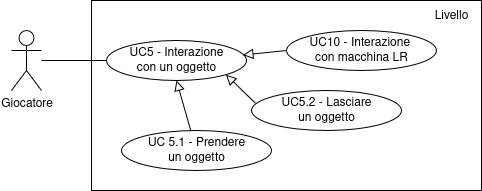
fliposab/ProgettoStage keeps this draw.io diagram as Documentazione/source/imgs/uc-interazione.png. Above is the earlier version. Source tidied: cells renumbered, new cells last; positions are measured from the earlier drawing's top-left corner, leaving out a move shared by most shapes.
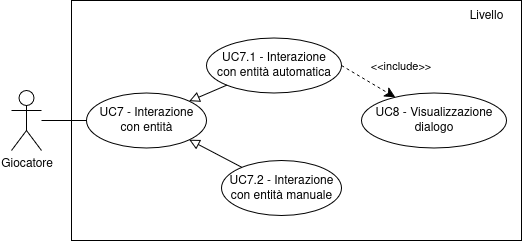
The same diagram one commit later.

The edit, as a diff of the source:
```diff
@@ -3,37 +3,42 @@
     <mxCell id="0" />
     <mxCell id="1" parent="0" />
     <mxCell id="2" style="rounded=0;whiteSpace=wrap;html=1;gradientColor=none;" parent="1" vertex="1">
-      <mxGeometry x="80" width="390" height="190" as="geometry" />
+      <mxGeometry x="620" y="-340" width="450" height="240" as="geometry" />
     </mxCell>
     <mxCell id="3" style="rounded=0;jettySize=auto;html=1;entryX=0;entryY=0.5;entryDx=0;entryDy=0;endArrow=none;startFill=0;" parent="1" edge="1" source="4" target="5">
       <mxGeometry relative="1" as="geometry" />
     </mxCell>
     <mxCell id="4" value="Giocatore" style="shape=umlActor;verticalLabelPosition=bottom;verticalAlign=top;html=1;outlineConnect=0;" parent="1" vertex="1">
-      <mxGeometry y="30" width="30" height="60" as="geometry" />
+      <mxGeometry x="560" y="-250" width="30" height="60" as="geometry" />
     </mxCell>
-    <mxCell id="5" value="&lt;div&gt;UC5 - Interazione&lt;/div&gt;&lt;div&gt;con un oggetto&lt;/div&gt;" style="ellipse;whiteSpace=wrap;html=1;" parent="1" vertex="1">
-      <mxGeometry x="95" y="40" width="140" height="40" as="geometry" />
+    <mxCell id="5" value="&lt;div&gt;UC7 - Interazione&lt;/div&gt;&lt;div&gt;con entità&lt;/div&gt;" style="ellipse;whiteSpace=wrap;html=1;" parent="1" vertex="1">
+      <mxGeometry x="635" y="-247.5" width="120" height="55" as="geometry" />
     </mxCell>
     <mxCell id="6" value="Livello" style="text;html=1;align=center;verticalAlign=middle;whiteSpace=wrap;rounded=0;" parent="1" vertex="1">
-      <mxGeometry x="410" width="60" height="30" as="geometry" />
+      <mxGeometry x="1005" y="-340" width="60" height="30" as="geometry" />
     </mxCell>
-    <mxCell id="7" style="edgeStyle=none;curved=1;rounded=0;jettySize=auto;html=1;entryX=0.5;entryY=1;entryDx=0;entryDy=0;fontSize=12;startSize=8;endSize=8;endArrow=block;endFill=0;" parent="1" edge="1" source="8" target="5">
+    <mxCell id="7" style="rounded=0;jettySize=auto;html=1;entryX=1;entryY=1;entryDx=0;entryDy=0;endArrow=block;endFill=0;endSize=8;" parent="1" edge="1" source="8" target="5">
       <mxGeometry relative="1" as="geometry" />
     </mxCell>
-    <mxCell id="8" value="&lt;div&gt;UC 5.1 - Prendere&lt;/div&gt;&lt;div&gt;un oggetto&lt;/div&gt;" style="ellipse;whiteSpace=wrap;html=1;" parent="1" vertex="1">
-      <mxGeometry x="110" y="130" width="150" height="40" as="geometry" />
+    <mxCell id="8" value="&lt;div&gt;UC7.2 - Interazione&lt;/div&gt;&lt;div&gt;con entità manuale&lt;/div&gt;" style="ellipse;whiteSpace=wrap;html=1;" parent="1" vertex="1">
+      <mxGeometry x="770" y="-180" width="120" height="55" as="geometry" />
     </mxCell>
-    <mxCell id="9" style="rounded=0;jettySize=auto;html=1;entryX=1;entryY=1;entryDx=0;entryDy=0;endArrow=block;endFill=0;endSize=8;exitX=0.027;exitY=0.321;exitDx=0;exitDy=0;exitPerimeter=0;" parent="1" edge="1" source="10" target="5">
-      <mxGeometry relative="1" as="geometry" />
+    <mxCell id="9" value="&lt;div&gt;UC7.1 - Interazione&lt;/div&gt;&lt;div&gt;con entità automatica&lt;/div&gt;" style="ellipse;whiteSpace=wrap;html=1;" parent="1" vertex="1">
+      <mxGeometry x="755" y="-302.5" width="135" height="55" as="geometry" />
     </mxCell>
-    <mxCell id="10" value="&lt;div&gt;UC5.2 - Lasciare&lt;/div&gt;&lt;div&gt;un oggetto&lt;/div&gt;" style="ellipse;whiteSpace=wrap;html=1;" parent="1" vertex="1">
-      <mxGeometry x="240" y="90" width="150" height="40" as="geometry" />
+    <mxCell id="10" style="rounded=0;jettySize=auto;html=1;entryX=1;entryY=0;entryDx=0;entryDy=0;endArrow=block;endFill=0;endSize=8;" parent="1" edge="1" source="9" target="5">
+      <mxGeometry relative="1" as="geometry" />
     </mxCell>
-    <mxCell id="11" style="rounded=0;jettySize=auto;html=1;entryX=0.975;entryY=0.363;entryDx=0;entryDy=0;endArrow=block;endFill=0;endSize=8;exitX=0;exitY=0.5;exitDx=0;exitDy=0;entryPerimeter=0;" parent="1" edge="1" source="12" target="5">
-      <mxGeometry relative="1" as="geometry" />
+    <mxCell id="11" value="&lt;div&gt;UC8 - Visualizzazione&lt;/div&gt;&lt;div&gt;dialogo&lt;/div&gt;" style="ellipse;whiteSpace=wrap;html=1;" parent="1" vertex="1">
+      <mxGeometry x="910" y="-247.5" width="145" height="55" as="geometry" />
     </mxCell>
-    <mxCell id="12" value="&lt;div&gt;UC10 - Interazione&amp;nbsp;&lt;/div&gt;&lt;div&gt;con macchina LR&lt;/div&gt;" style="ellipse;whiteSpace=wrap;html=1;" parent="1" vertex="1">
-      <mxGeometry x="275" y="30" width="150" height="40" as="geometry" />
+    <mxCell id="12" style="rounded=0;jettySize=auto;html=1;endArrow=classic;endFill=1;endSize=8;dashed=1;startArrow=none;startFill=0;exitX=1;exitY=0.5;exitDx=0;exitDy=0;" parent="1" edge="1" source="9" target="11">
+      <mxGeometry relative="1" as="geometry" />
     </mxCell>
+    <mxCell id="13" value="&amp;lt;&amp;lt;include&amp;gt;&amp;gt;" style="edgeLabel;html=1;align=center;verticalAlign=middle;" parent="12" vertex="1">
+      <mxGeometry x="-0.42" relative="1" as="geometry">
+        <mxPoint x="43" y="-9" as="offset" />
+      </mxGeometry>
+    </mxCell>
   </root>
 </mxGraphModel>
```
